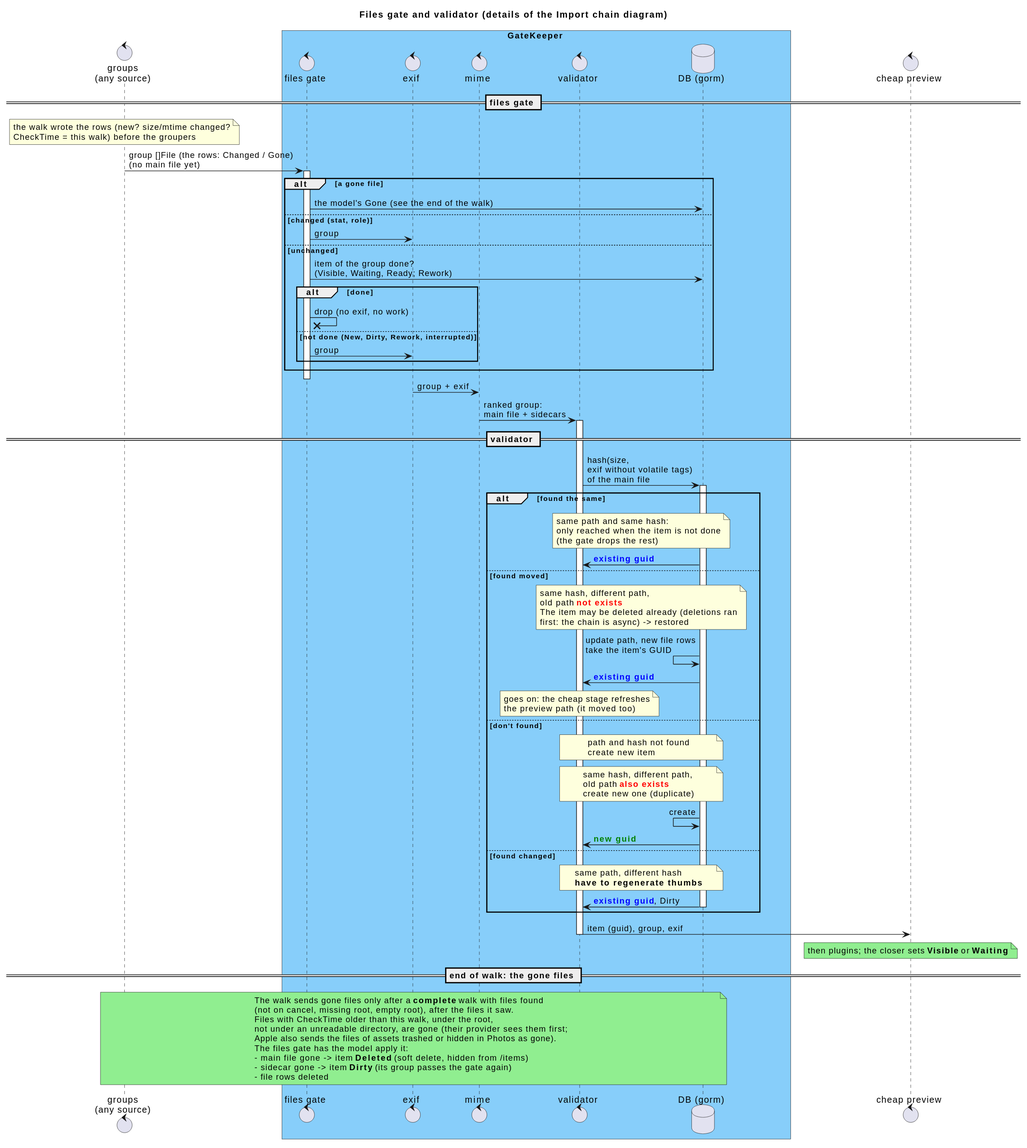
The PlantUML diagram _sb/diagrams/Walker and validating.svg in eggs-gd/Perceptrail, before a commit.
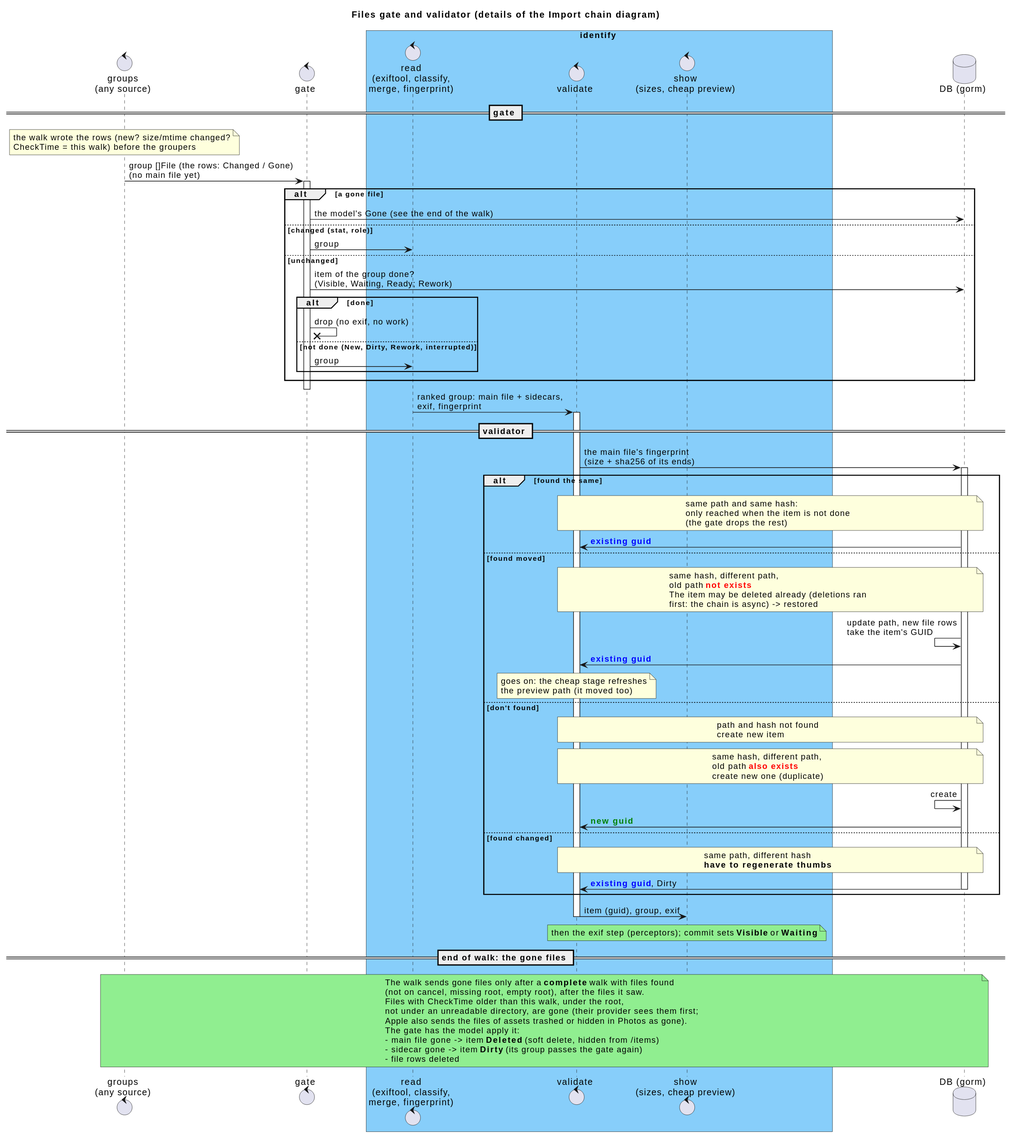
The same file after the commit.

Change to the diagram source:
```diff
@@ -4,16 +4,15 @@
 title Files gate and validator (details of the Import chain diagram)
 
 control "groups\n(any source)" as Groups
-box GateKeeper #LightSkyBlue
-control "files gate" as Gate
-control "exif" as Exif
-control "mime" as Mime
-control "validator" as Validator
+control "gate" as Gate
+box identify #LightSkyBlue
+control "read\n(exiftool, classify,\nmerge, fingerprint)" as Exif
+control "validate" as Validator
+control "show\n(sizes, cheap preview)" as Transcode
+end box
 database "DB (gorm)" as DB
-end box
-control "cheap preview" as Transcode
 
-== files gate ==
+== gate ==
 
 note over Groups: the walk wrote the rows (new? size/mtime changed?\nCheckTime = this walk) before the groupers
 Groups -> Gate: group []File (the rows: Changed / Gone)\n(no main file yet)
@@ -32,13 +31,12 @@
 end
 deactivate Gate
 
-Exif -> Mime: group + exif
-Mime -> Validator: ranked group:\nmain file + sidecars
+Exif -> Validator: ranked group: main file + sidecars,\nexif, fingerprint
 activate Validator
 
 == validator ==
 
-Validator -> DB: hash(size,\nexif without volatile tags)\nof the main file
+Validator -> DB: the main file's fingerprint\n(size + sha256 of its ends)
 activate DB
 
 alt found the same
@@ -84,7 +82,7 @@
 
 Validator -> Transcode: item (guid), group, exif
 deactivate Validator
-note over Transcode #LightGreen: then plugins; the closer sets <b>Visible</b> or <b>Waiting</b>
+note over Transcode #LightGreen: then the exif step (perceptors); commit sets <b>Visible</b> or <b>Waiting</b>
 
 == end of walk: the gone files ==
 
@@ -94,7 +92,7 @@
 Files with CheckTime older than this walk, under the root,
 not under an unreadable directory, are gone (their provider sees them first;
 Apple also sends the files of assets trashed or hidden in Photos as gone).
-The files gate has the model apply it:
+The gate has the model apply it:
 - main file gone -> item <b>Deleted</b> (soft delete, hidden from /items)
 - sidecar gone -> item <b>Dirty</b> (its group passes the gate again)
 - file rows deleted
```
